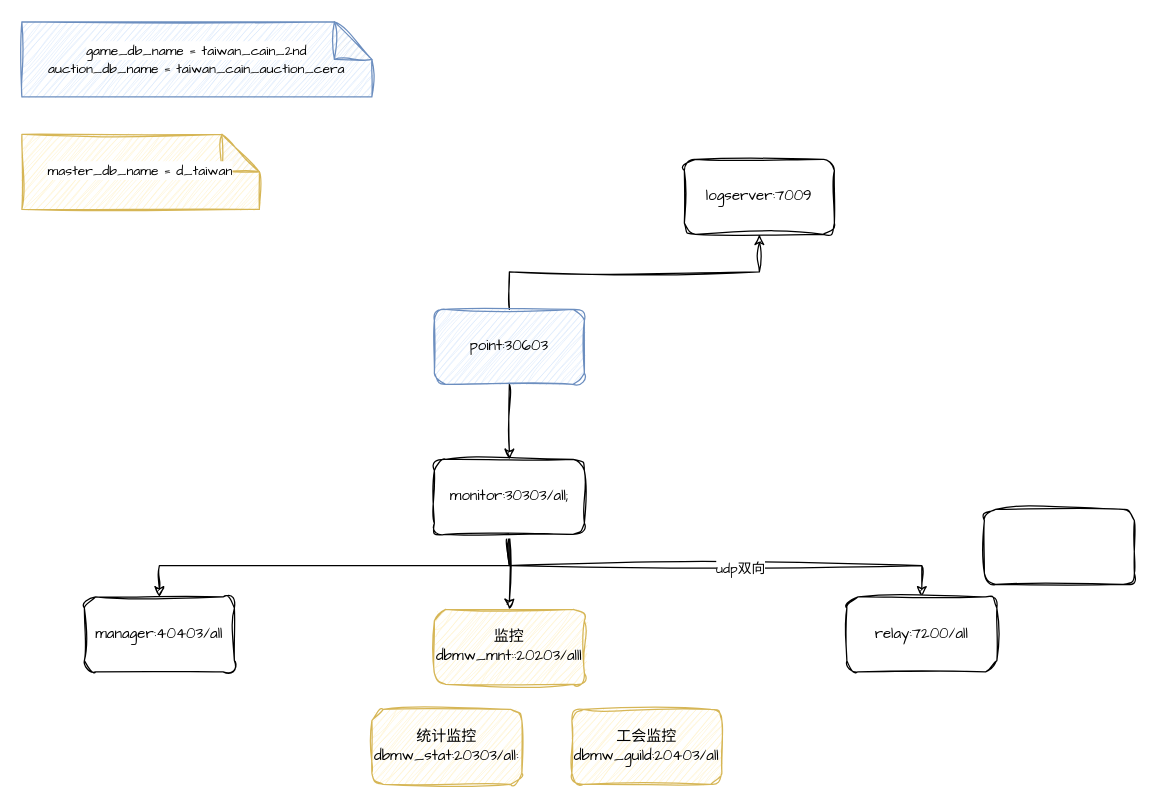
bom-coder/drawio-store keeps this draw.io diagram as 地下城.drawio. Above is the earlier version. Source tidied: cells renumbered, new cells numbered last; positions are measured from the earlier drawing's top-left corner, leaving out a move shared by most shapes. Both pictures are drawn from the tidied source at 125%, with x=0, y=0 at pixel (21, 21).
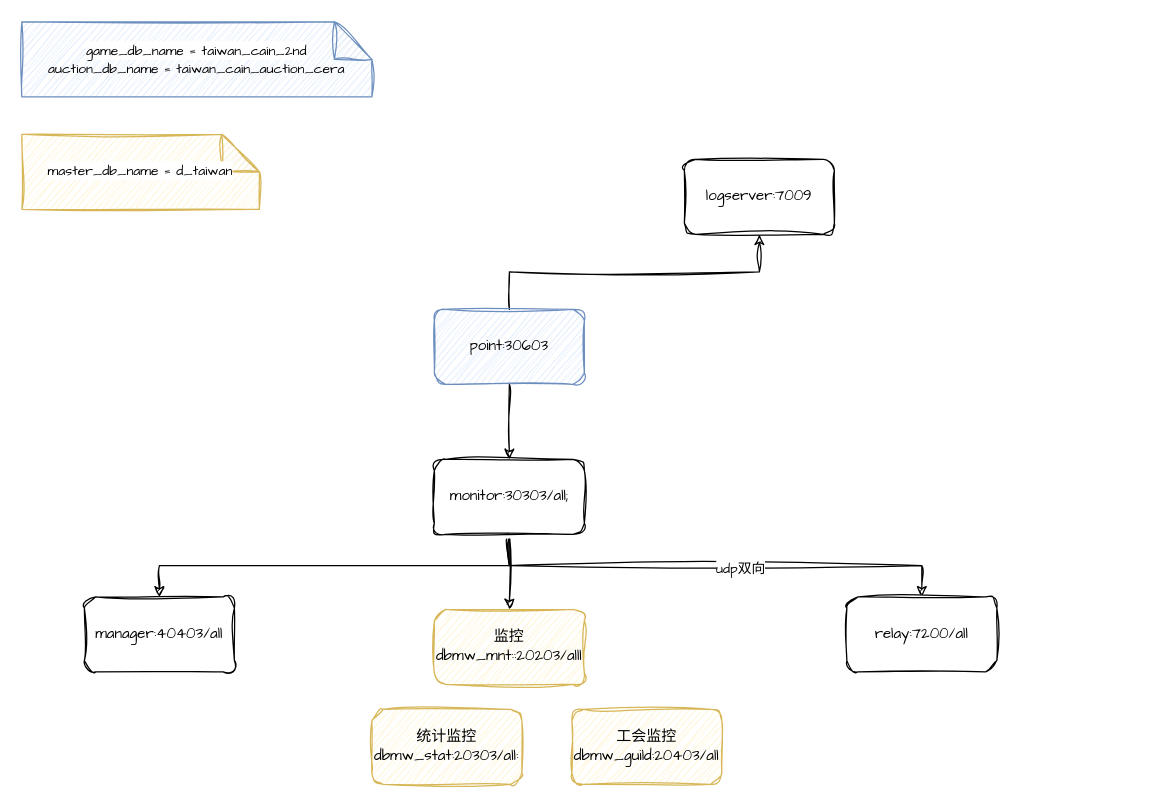
The same page after the edit.

Commit message (it also covers changes not shown here):
更新地下城.drawio

The edit, as a diff of the source:
```diff
@@
 <mxGraphModel>
   <root>
     <mxCell id="0" />
     <mxCell id="1" parent="0" />
     <mxCell id="2" style="edgeStyle=orthogonalEdgeStyle;rounded=0;sketch=1;hachureGap=4;jiggle=2;curveFitting=1;jettySize=auto;html=1;entryX=0.5;entryY=0;entryDx=0;entryDy=0;fontFamily=Architects Daughter;" parent="1" edge="1" source="4" target="9">
       <mxGeometry relative="1" as="geometry" />
     </mxCell>
     <mxCell id="3" style="edgeStyle=orthogonalEdgeStyle;rounded=0;sketch=1;hachureGap=4;jiggle=2;curveFitting=1;jettySize=auto;html=1;exitX=0.5;exitY=0;exitDx=0;exitDy=0;entryX=0.5;entryY=1;entryDx=0;entryDy=0;fontFamily=Architects Daughter;" parent="1" edge="1" source="4" target="10">
       <mxGeometry relative="1" as="geometry" />
     </mxCell>
     <mxCell id="4" value="point:30603" style="rounded=1;whiteSpace=wrap;html=1;sketch=1;hachureGap=4;jiggle=2;curveFitting=1;fontFamily=Architects Daughter;fillColor=#dae8fc;strokeColor=#6c8ebf;" parent="1" vertex="1">
       <mxGeometry x="330" y="230" width="120" height="60" as="geometry" />
     </mxCell>
     <mxCell id="5" style="edgeStyle=orthogonalEdgeStyle;rounded=0;sketch=1;hachureGap=4;jiggle=2;curveFitting=1;jettySize=auto;html=1;exitX=0.5;exitY=1;exitDx=0;exitDy=0;entryX=0.5;entryY=0;entryDx=0;entryDy=0;fontFamily=Architects Daughter;" parent="1" edge="1" source="9" target="11">
       <mxGeometry relative="1" as="geometry" />
     </mxCell>
     <mxCell id="6" style="edgeStyle=orthogonalEdgeStyle;rounded=0;sketch=1;hachureGap=4;jiggle=2;curveFitting=1;jettySize=auto;html=1;exitX=0.5;exitY=1;exitDx=0;exitDy=0;fontFamily=Architects Daughter;" parent="1" edge="1" source="9" target="12">
       <mxGeometry relative="1" as="geometry" />
     </mxCell>
     <mxCell id="7" style="edgeStyle=orthogonalEdgeStyle;rounded=0;sketch=1;hachureGap=4;jiggle=2;curveFitting=1;jettySize=auto;html=1;exitX=0.5;exitY=1;exitDx=0;exitDy=0;fontFamily=Architects Daughter;" parent="1" edge="1" source="9" target="13">
       <mxGeometry relative="1" as="geometry" />
     </mxCell>
     <mxCell id="8" value="udp双向" style="edgeLabel;html=1;align=center;verticalAlign=middle;sketch=1;hachureGap=4;jiggle=2;curveFitting=1;fontFamily=Architects Daughter;" parent="7" vertex="1">
       <mxGeometry x="0.1" y="-1" relative="1" as="geometry" />
     </mxCell>
     <mxCell id="9" value="monitor:30303/all;" style="rounded=1;whiteSpace=wrap;html=1;sketch=1;hachureGap=4;jiggle=2;curveFitting=1;fontFamily=Architects Daughter;" parent="1" vertex="1">
       <mxGeometry x="330" y="350" width="120" height="60" as="geometry" />
     </mxCell>
     <mxCell id="10" value="logserver:7009" style="rounded=1;whiteSpace=wrap;html=1;sketch=1;hachureGap=4;jiggle=2;curveFitting=1;fontFamily=Architects Daughter;" parent="1" vertex="1">
       <mxGeometry x="530" y="110" width="120" height="60" as="geometry" />
     </mxCell>
     <mxCell id="11" value="manager:40403/all" style="rounded=1;whiteSpace=wrap;html=1;sketch=1;hachureGap=4;jiggle=2;curveFitting=1;fontFamily=Architects Daughter;" parent="1" vertex="1">
       <mxGeometry x="50" y="460" width="120" height="60" as="geometry" />
     </mxCell>
     <mxCell id="12" value="&lt;div&gt;监控&lt;/div&gt;dbmw_mnt::20203/alll" style="rounded=1;whiteSpace=wrap;html=1;sketch=1;hachureGap=4;jiggle=2;curveFitting=1;fontFamily=Architects Daughter;fillColor=#fff2cc;strokeColor=#d6b656;" parent="1" vertex="1">
       <mxGeometry x="330" y="470" width="120" height="60" as="geometry" />
     </mxCell>
     <mxCell id="13" value="relay:7200/all" style="rounded=1;whiteSpace=wrap;html=1;sketch=1;hachureGap=4;jiggle=2;curveFitting=1;fontFamily=Architects Daughter;" parent="1" vertex="1">
       <mxGeometry x="660" y="460" width="120" height="60" as="geometry" />
     </mxCell>
     <mxCell id="14" value="&lt;div&gt;统计监控&lt;/div&gt;dbmw_stat:20303/all:" style="rounded=1;whiteSpace=wrap;html=1;sketch=1;hachureGap=4;jiggle=2;curveFitting=1;fontFamily=Architects Daughter;fillColor=#fff2cc;strokeColor=#d6b656;" parent="1" vertex="1">
       <mxGeometry x="280" y="550" width="120" height="60" as="geometry" />
     </mxCell>
     <mxCell id="15" value="&lt;div&gt;工会监控&lt;/div&gt;dbmw_guild:20403/all" style="rounded=1;whiteSpace=wrap;html=1;sketch=1;hachureGap=4;jiggle=2;curveFitting=1;fontFamily=Architects Daughter;fillColor=#fff2cc;strokeColor=#d6b656;" parent="1" vertex="1">
       <mxGeometry x="440" y="550" width="120" height="60" as="geometry" />
     </mxCell>
     <mxCell id="16" value="&lt;span style=&quot;font-size: 11px; text-wrap: nowrap; background-color: rgb(255, 255, 255);&quot;&gt;master_db_name = d_taiwan&lt;/span&gt;" style="shape=note;whiteSpace=wrap;html=1;backgroundOutline=1;darkOpacity=0.05;sketch=1;hachureGap=4;jiggle=2;curveFitting=1;fontFamily=Architects Daughter;fillColor=#fff2cc;strokeColor=#d6b656;" parent="1" vertex="1">
       <mxGeometry y="90" width="190" height="60" as="geometry" />
     </mxCell>
     <mxCell id="17" value="&lt;span style=&quot;font-size: 11px; text-wrap: nowrap; background-color: rgb(255, 255, 255);&quot;&gt;game_db_name = taiwan_cain_2nd&lt;/span&gt;&lt;div style=&quot;border-color: var(--border-color); font-size: 11px; text-wrap: nowrap;&quot;&gt;auction_db_name = taiwan_cain_auction_cera&lt;/div&gt;" style="shape=note;whiteSpace=wrap;html=1;backgroundOutline=1;darkOpacity=0.05;sketch=1;hachureGap=4;jiggle=2;curveFitting=1;fontFamily=Architects Daughter;fillColor=#dae8fc;strokeColor=#6c8ebf;" parent="1" vertex="1">
       <mxGeometry width="280" height="60" as="geometry" />
     </mxCell>
-    <mxCell id="18" value="&lt;div style=&quot;text-align: start;&quot;&gt;&lt;span style=&quot;background-color: initial; font-size: 0px; text-wrap: nowrap;&quot;&gt;&lt;font face=&quot;monospace&quot; color=&quot;rgba(0, 0, 0, 0)&quot;&gt;guild&lt;/font&gt;&lt;/span&gt;&lt;/div&gt;" style="rounded=1;whiteSpace=wrap;html=1;sketch=1;hachureGap=4;jiggle=2;curveFitting=1;fontFamily=Architects Daughter;" parent="1" vertex="1">
-      <mxGeometry x="770" y="390" width="120" height="60" as="geometry" />
-    </mxCell>
   </root>
 </mxGraphModel>
```
